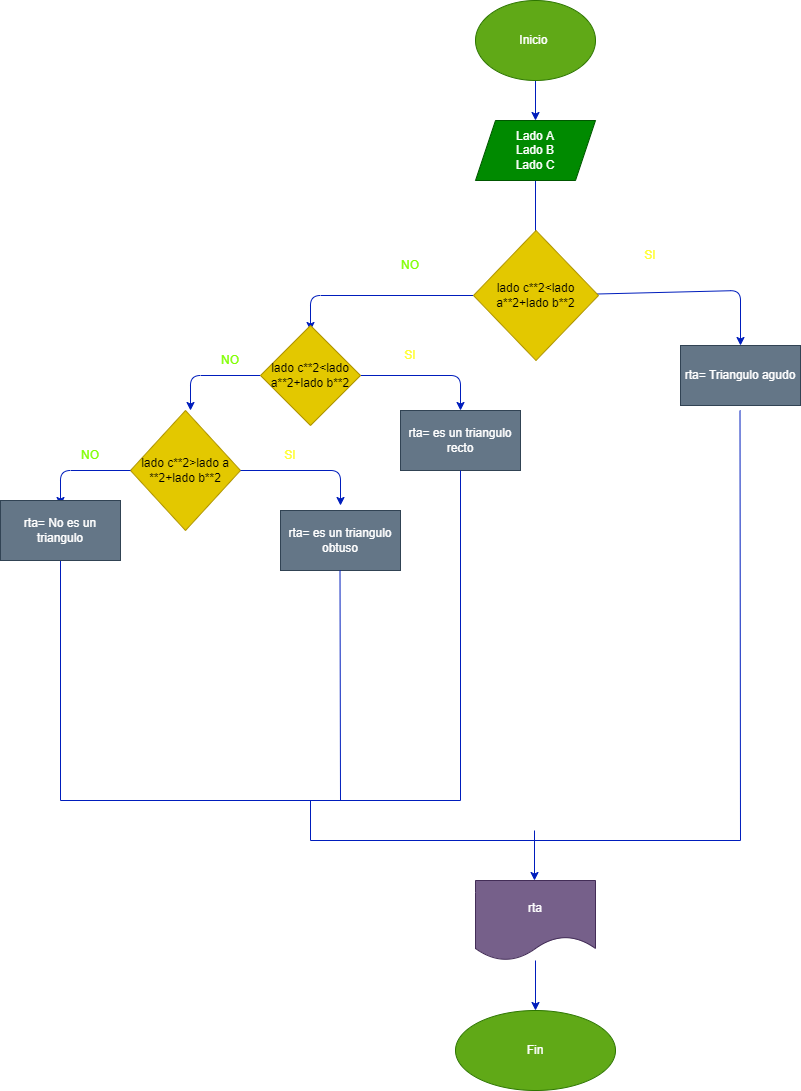
Pati-pa/Taller_intrucciones_condicionales keeps this draw.io diagram as ejercicio-9/Diagrama.png. Above is the earlier version. Source tidied: cells renumbered, new cells last; positions are measured from the earlier drawing's top-left corner, leaving out a move shared by most shapes.
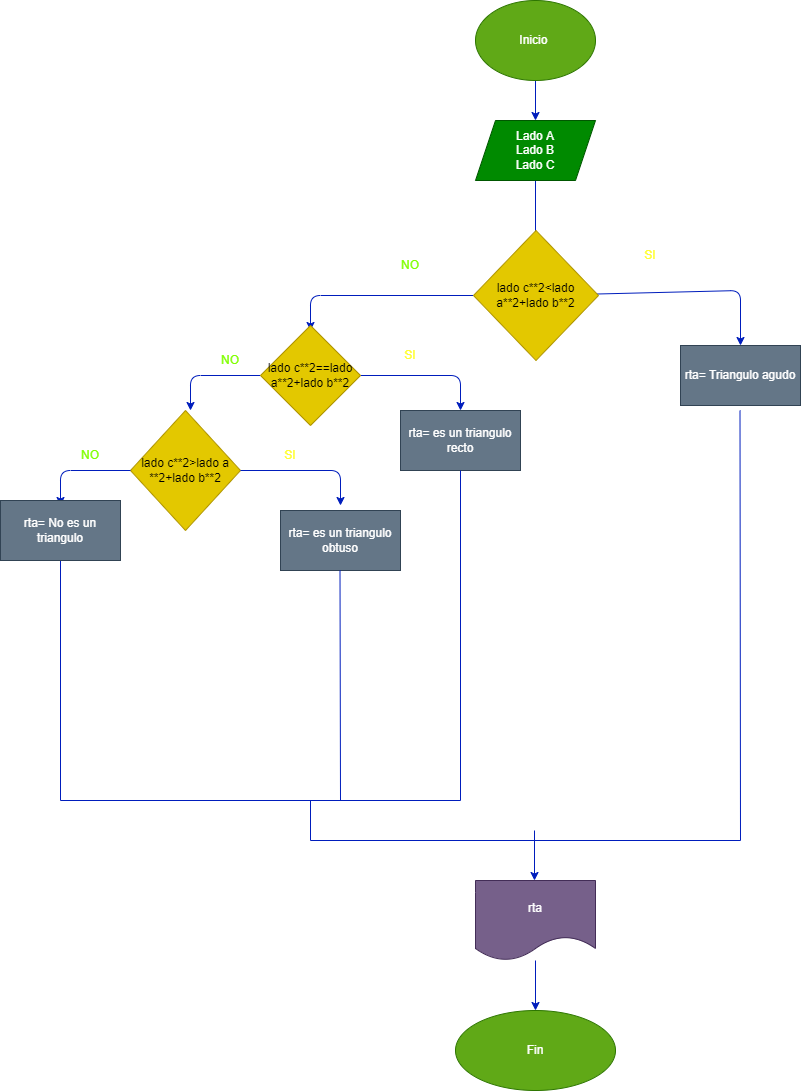
The same diagram one commit later.

Commit message:
Se modifico el diagrama debido a un error

The edit, as a diff of the source:
```diff
@@ -58,7 +58,7 @@
         </Array>
       </mxGeometry>
     </mxCell>
-    <mxCell id="14" value="lado c**2&amp;lt;lado a**2+lado b**2" style="rhombus;whiteSpace=wrap;html=1;fillColor=#e3c800;fontColor=#000000;strokeColor=#B09500;" parent="1" vertex="1">
+    <mxCell id="14" value="lado c**2==lado a**2+lado b**2" style="rhombus;whiteSpace=wrap;html=1;fillColor=#e3c800;fontColor=#000000;strokeColor=#B09500;" parent="1" vertex="1">
       <mxGeometry x="260" y="325" width="100" height="100" as="geometry" />
     </mxCell>
     <mxCell id="15" value="rta= es un triangulo recto" style="whiteSpace=wrap;html=1;fillColor=#647687;fontColor=#ffffff;strokeColor=#314354;" parent="1" vertex="1">
```
